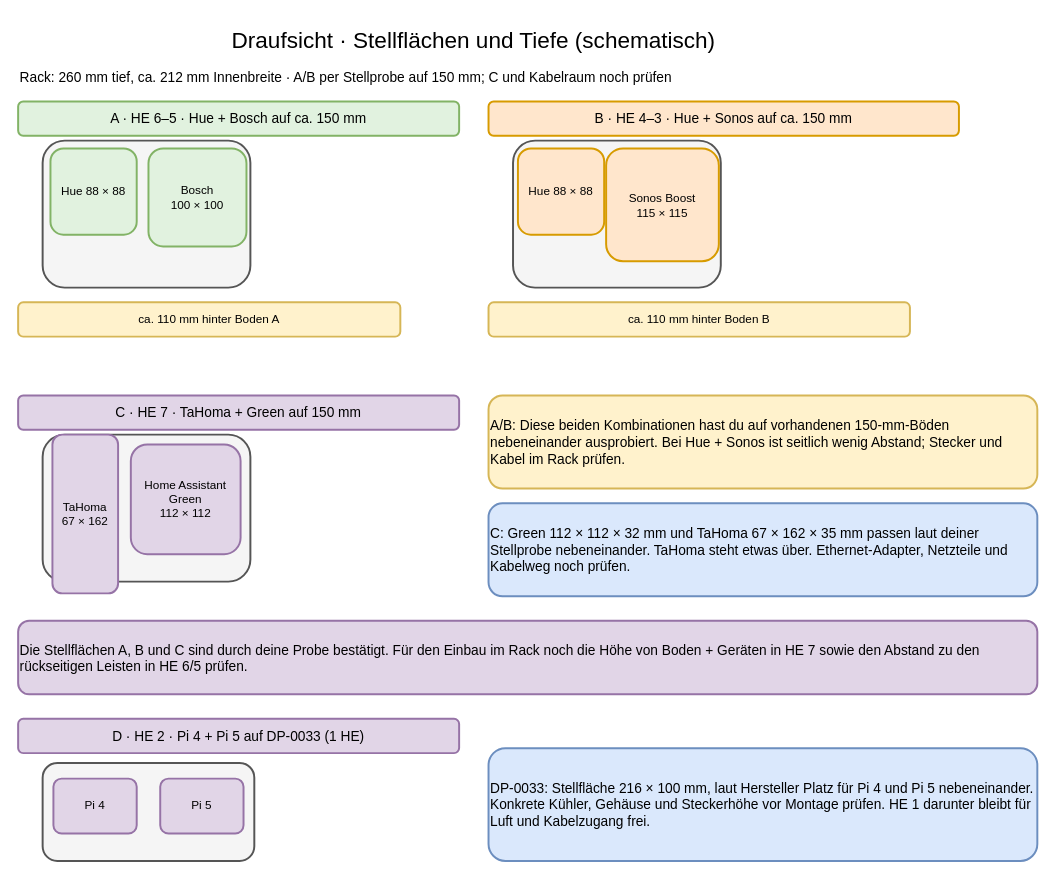
This is page "Fachböden – Draufsicht" (2 of 4) of 10-zoll-rack-planung.drawio from tiptronic/diagrams, a draw.io file, before an edit. Source tidied: cells renumbered, new cells numbered last; positions are measured from the earlier drawing's top-left corner, leaving out a move shared by most shapes. Both pictures are drawn from the tidied source at 98%, with x=0, y=0 at pixel (18, 18).
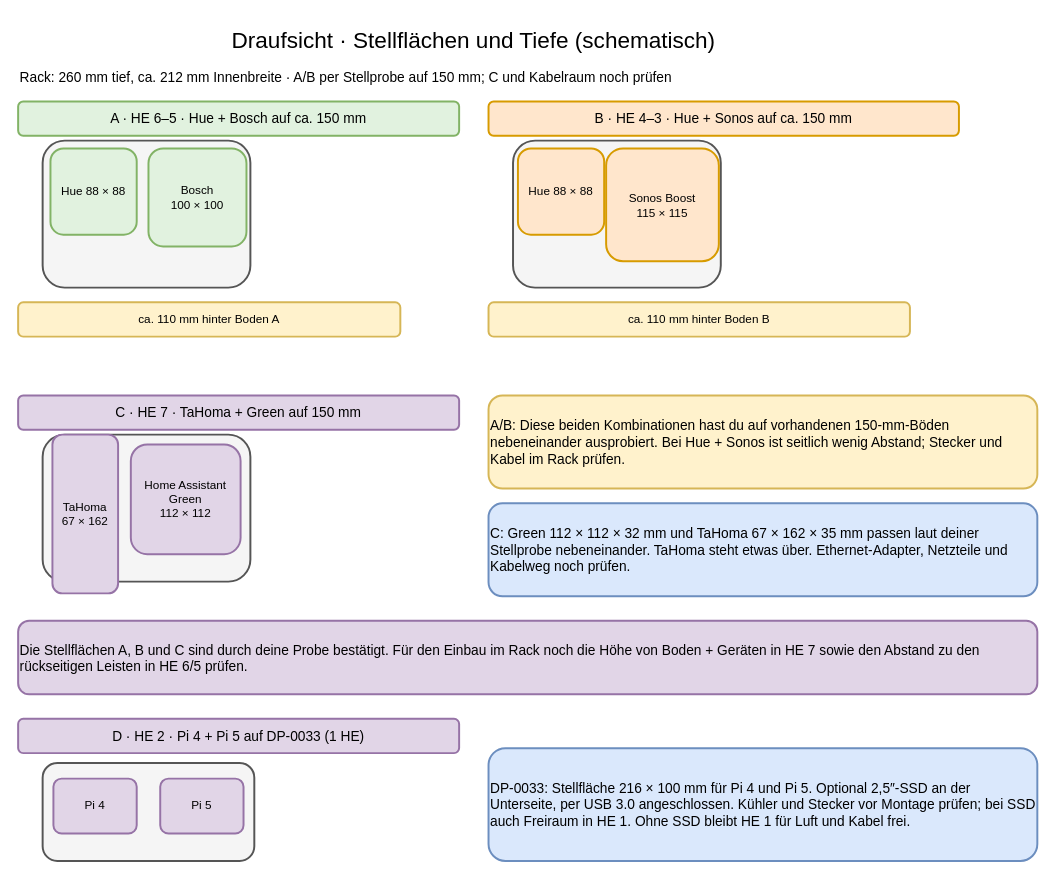
The same diagram, later.

Commit message (it also covers changes not shown here):
Clarify optional SSD and power shortfall

Diff of the diagram source:
```diff
@@
-    <mxCell id="25" value="DP-0033: Stellfläche 216 × 100 mm, laut Hersteller Platz für Pi 4 und Pi 5 nebeneinander. Konkrete Kühler, Gehäuse und Steckerhöhe vor Montage prüfen. HE 1 darunter bleibt für Luft und Kabelzugang frei." style="rounded=1;whiteSpace=wrap;html=1;align=left;verticalAlign=middle;strokeWidth=2;fontSize=14;fillColor=#dae8fc;strokeColor=#6c8ebf;" parent="1" vertex="1">
+    <mxCell id="25" value="DP-0033: Stellfläche 216 × 100 mm für Pi 4 und Pi 5. Optional 2,5″-SSD an der Unterseite, per USB 3.0 angeschlossen. Kühler und Stecker vor Montage prüfen; bei SSD auch Freiraum in HE 1. Ohne SSD bleibt HE 1 für Luft und Kabel frei." style="rounded=1;whiteSpace=wrap;html=1;align=left;verticalAlign=middle;strokeWidth=2;fontSize=14;fillColor=#dae8fc;strokeColor=#6c8ebf;" parent="1" vertex="1">
       <mxGeometry x="480" y="745" width="560" height="115" as="geometry" />
     </mxCell>
```
